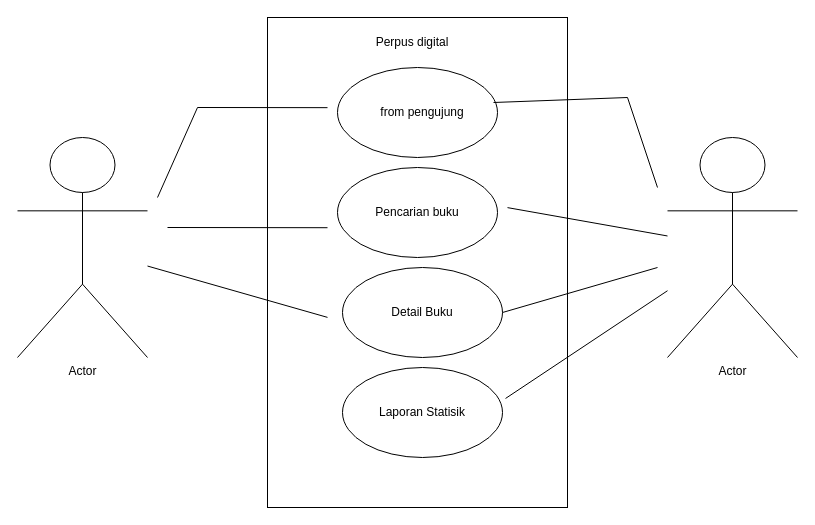
septihadiilham/tefa keeps this draw.io diagram as Use-Case-Diagram-Perpus-Digital.drawio. Above is the earlier version. Source tidied: cells renumbered, new cells numbered last; positions are measured from the earlier drawing's top-left corner, leaving out a move shared by most shapes. Both pictures are drawn from the tidied source at 100%, with x=0, y=0 at pixel (17, 17).
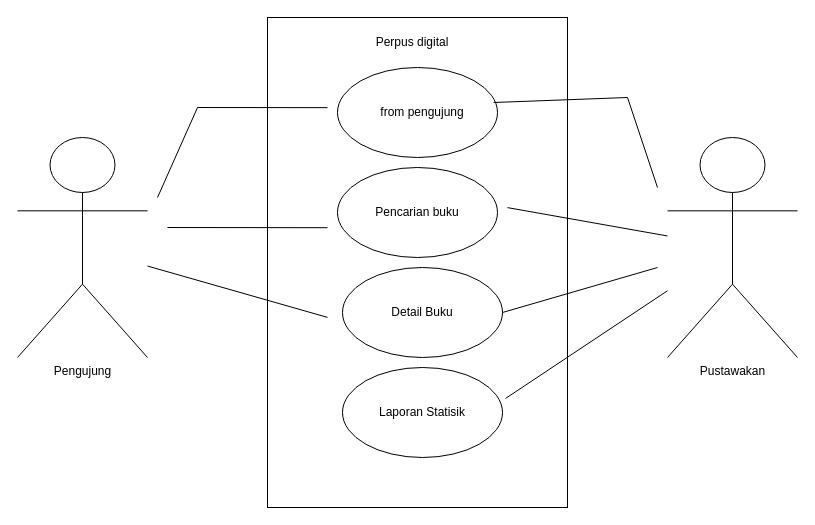
Above is the later version.

Diff of the diagram source:
```diff
@@
-    <mxCell id="12" value="Actor" style="shape=umlActor;verticalLabelPosition=bottom;verticalAlign=top;html=1;outlineConnect=0;" parent="1" vertex="1">
+    <mxCell id="12" value="Pengujung" style="shape=umlActor;verticalLabelPosition=bottom;verticalAlign=top;html=1;outlineConnect=0;" parent="1" vertex="1">
       <mxGeometry y="120" width="130" height="220" as="geometry" />
     </mxCell>
-    <mxCell id="13" value="Actor" style="shape=umlActor;verticalLabelPosition=bottom;verticalAlign=top;html=1;outlineConnect=0;" parent="1" vertex="1">
+    <mxCell id="13" value="Pustawakan&lt;br&gt;" style="shape=umlActor;verticalLabelPosition=bottom;verticalAlign=top;html=1;outlineConnect=0;" parent="1" vertex="1">
       <mxGeometry x="650" y="120" width="130" height="220" as="geometry" />
     </mxCell>
```
